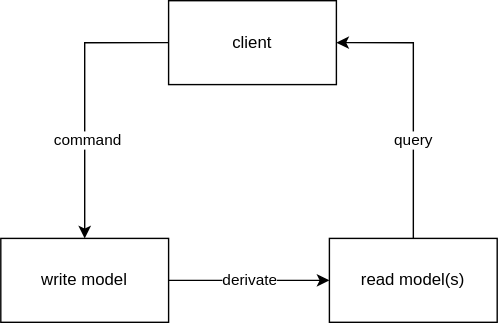
Above: presentation/images/cqrs.svg in adesso-austria/workshop-architectures-love-js (draw.io), before the change. Source tidied: cells renumbered, new cells last; positions are measured from the earlier drawing's top-left corner, leaving out a move shared by most shapes.
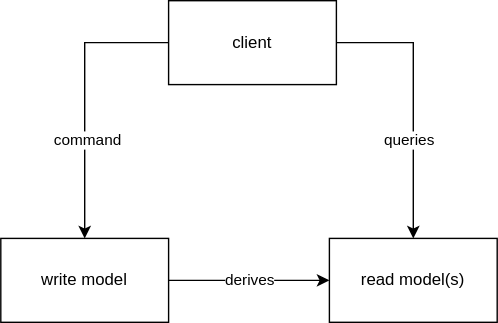
The same diagram one commit later.

The edit, as a diff of the source:
```diff
@@ -8,14 +8,14 @@
     <mxCell id="3" value="client" style="rounded=0;whiteSpace=wrap;html=1;" parent="1" vertex="1">
       <mxGeometry x="120" width="120" height="60" as="geometry" />
     </mxCell>
-    <mxCell id="4" value="derivate" style="edgeStyle=orthogonalEdgeStyle;rounded=0;jettySize=auto;html=1;entryX=0;entryY=0.5;entryDx=0;entryDy=0;" parent="1" edge="1" source="5" target="7">
+    <mxCell id="4" value="derives" style="edgeStyle=orthogonalEdgeStyle;rounded=0;jettySize=auto;html=1;entryX=0;entryY=0.5;entryDx=0;entryDy=0;" parent="1" edge="1" source="5" target="7">
       <mxGeometry relative="1" as="geometry" />
     </mxCell>
     <mxCell id="5" value="write model" style="rounded=0;whiteSpace=wrap;html=1;" parent="1" vertex="1">
       <mxGeometry y="170" width="120" height="60" as="geometry" />
     </mxCell>
-    <mxCell id="6" value="query" style="edgeStyle=orthogonalEdgeStyle;rounded=0;jettySize=auto;html=1;entryX=1;entryY=0.5;entryDx=0;entryDy=0;" parent="1" edge="1" source="7" target="3">
-      <mxGeometry x="-0.28" relative="1" as="geometry" />
+    <mxCell id="6" value="queries" style="edgeStyle=orthogonalEdgeStyle;rounded=0;jettySize=auto;html=1;exitX=1;exitY=0.5;exitDx=0;exitDy=0;" parent="1" edge="1" source="3" target="7">
+      <mxGeometry x="0.28" y="-3" relative="1" as="geometry" />
     </mxCell>
     <mxCell id="7" value="read model(s)" style="rounded=0;whiteSpace=wrap;html=1;" parent="1" vertex="1">
       <mxGeometry x="235" y="170" width="120" height="60" as="geometry" />
```
